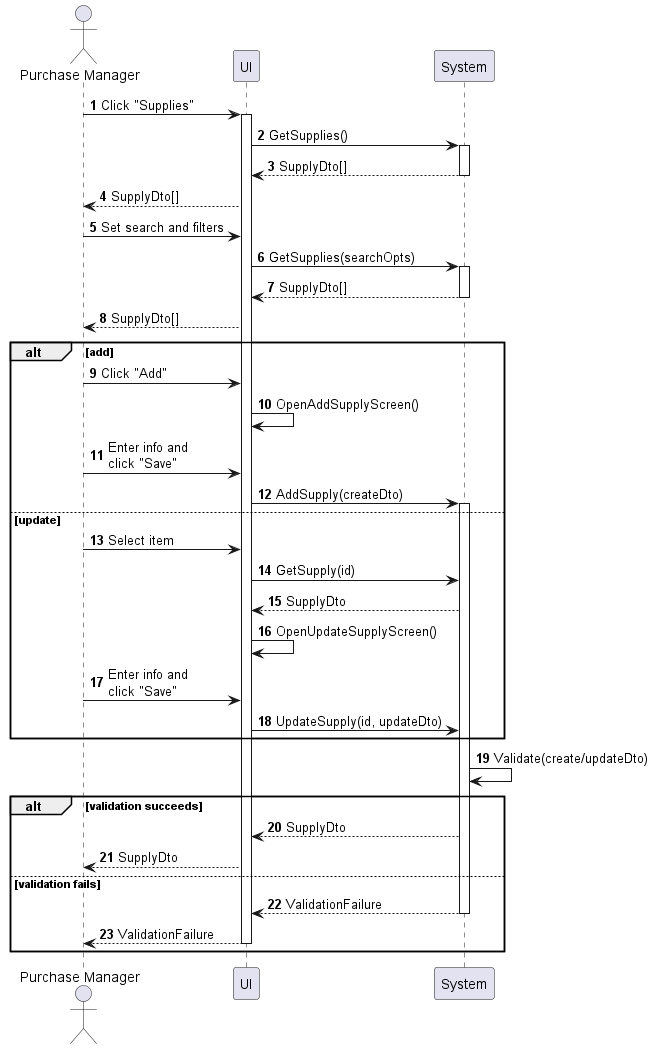
Before: sequences/supply-manage.png, a diagram exported from PlantUML (phihungha/scmss-reqs).
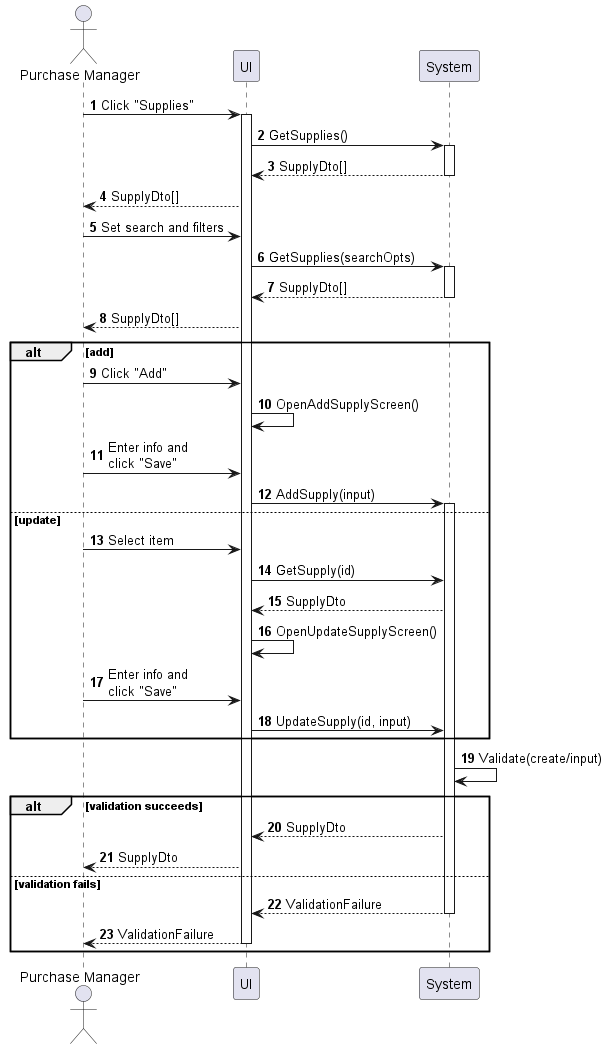
After the change.

The edit, as a diff of the source:
```diff
@@ -21,7 +21,7 @@
     a -> f : Click "Add"
     f -> f : OpenAddSupplyScreen()
     a -> f : Enter info and\nclick "Save"
-    f -> b : AddSupply(createDto)
+    f -> b : AddSupply(input)
     activate b
 else update
     a -> f : Select item
@@ -29,10 +29,10 @@
     b --> f : SupplyDto
     f -> f : OpenUpdateSupplyScreen()
     a -> f : Enter info and\nclick "Save"
-    f -> b : UpdateSupply(id, updateDto)
+    f -> b : UpdateSupply(id, input)
 end
 
-b -> b : Validate(create/updateDto)
+b -> b : Validate(create/input)
 
 alt validation succeeds
     b --> f : SupplyDto
```
